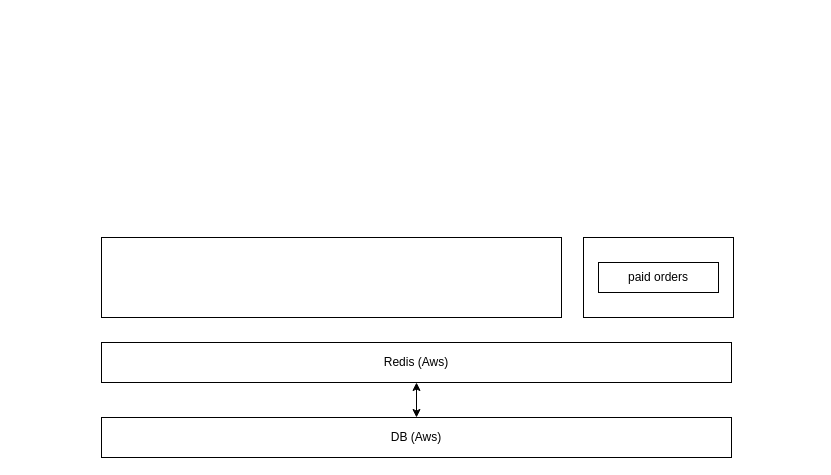
wurh/myDesignDoc keeps this draw.io diagram as 出行项目/minibus_system_arch.drawio. Above is the earlier version. Source tidied: cells renumbered, new cells numbered last; positions are measured from the earlier drawing's top-left corner, leaving out a move shared by most shapes. Both pictures are drawn from the tidied source at 100%, with x=0, y=0 at pixel (101, 237).
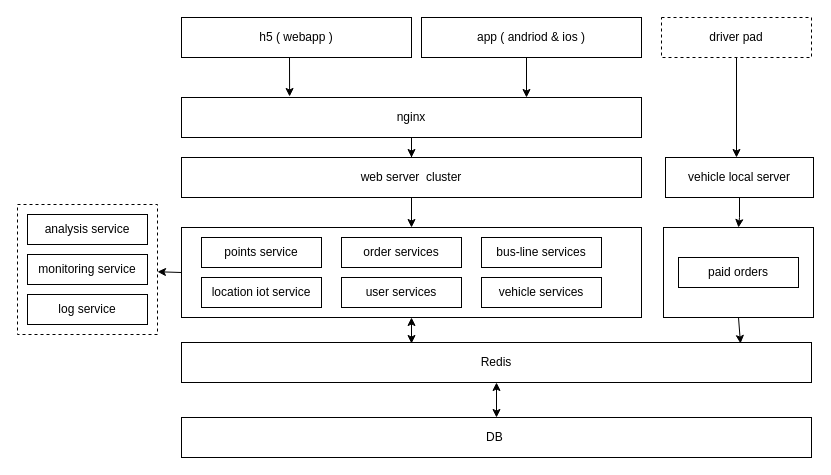
The same diagram, later.

Change to the diagram source:
```diff
@@
-    <mxCell id="2" value="DB (Aws)" style="rounded=0;whiteSpace=wrap;html=1;" parent="1" vertex="1">
-      <mxGeometry y="180" width="630" height="40" as="geometry" />
+    <mxCell id="2" value="DB&amp;nbsp;" style="rounded=0;whiteSpace=wrap;html=1;" parent="1" vertex="1">
+      <mxGeometry x="80" y="180" width="630" height="40" as="geometry" />
     </mxCell>
-    <mxCell id="3" value="Redis (Aws)" style="rounded=0;whiteSpace=wrap;html=1;" parent="1" vertex="1">
-      <mxGeometry y="105" width="630" height="40" as="geometry" />
+    <mxCell id="3" value="Redis" style="rounded=0;whiteSpace=wrap;html=1;" parent="1" vertex="1">
+      <mxGeometry x="80" y="105" width="630" height="40" as="geometry" />
     </mxCell>
@@
     <mxCell id="5" style="rounded=0;whiteSpace=wrap;html=1;" parent="1" vertex="1">
-      <mxGeometry x="482" width="150" height="80" as="geometry" />
+      <mxGeometry x="562" y="-10" width="150" height="90" as="geometry" />
     </mxCell>
     <mxCell id="6" value="paid orders" style="rounded=0;whiteSpace=wrap;html=1;" parent="1" vertex="1">
-      <mxGeometry x="497" y="25" width="120" height="30" as="geometry" />
+      <mxGeometry x="577" y="20" width="120" height="30" as="geometry" />
     </mxCell>
     <mxCell id="7" style="rounded=0;whiteSpace=wrap;html=1;" parent="1" vertex="1">
-      <mxGeometry width="460" height="80" as="geometry" />
+      <mxGeometry x="80" y="-10" width="460" height="90" as="geometry" />
     </mxCell>
+    <mxCell id="8" style="endArrow=classic;html=1;exitX=0.5;exitY=1;exitDx=0;exitDy=0;" parent="1" edge="1" source="5">
+      <mxGeometry relative="1" as="geometry">
+        <mxPoint x="639" y="106" as="targetPoint" />
+      </mxGeometry>
+    </mxCell>
+    <mxCell id="9" value="points service" style="rounded=0;whiteSpace=wrap;html=1;" parent="1" vertex="1">
+      <mxGeometry x="100" width="120" height="30" as="geometry" />
+    </mxCell>
+    <mxCell id="10" value="location iot service" style="rounded=0;whiteSpace=wrap;html=1;" parent="1" vertex="1">
+      <mxGeometry x="100" y="40" width="120" height="30" as="geometry" />
+    </mxCell>
+    <mxCell id="11" value="order services" style="rounded=0;whiteSpace=wrap;html=1;" parent="1" vertex="1">
+      <mxGeometry x="240" width="120" height="30" as="geometry" />
+    </mxCell>
+    <mxCell id="12" value="user services" style="rounded=0;whiteSpace=wrap;html=1;" parent="1" vertex="1">
+      <mxGeometry x="240" y="40" width="120" height="30" as="geometry" />
+    </mxCell>
+    <mxCell id="13" value="bus-line services" style="rounded=0;whiteSpace=wrap;html=1;" parent="1" vertex="1">
+      <mxGeometry x="380" width="120" height="30" as="geometry" />
+    </mxCell>
+    <mxCell id="14" value="vehicle services" style="rounded=0;whiteSpace=wrap;html=1;" parent="1" vertex="1">
+      <mxGeometry x="380" y="40" width="120" height="30" as="geometry" />
+    </mxCell>
+    <mxCell id="15" style="edgeStyle=orthogonalEdgeStyle;rounded=0;jettySize=auto;html=1;" parent="1" edge="1" source="16">
+      <mxGeometry relative="1" as="geometry">
+        <mxPoint x="637" y="-10" as="targetPoint" />
+      </mxGeometry>
+    </mxCell>
+    <mxCell id="16" value="vehicle local server" style="rounded=0;whiteSpace=wrap;html=1;" parent="1" vertex="1">
+      <mxGeometry x="564" y="-80" width="148" height="40" as="geometry" />
+    </mxCell>
+    <mxCell id="17" value="web server&amp;nbsp; cluster" style="rounded=0;whiteSpace=wrap;html=1;" parent="1" vertex="1">
+      <mxGeometry x="80" y="-80" width="460" height="40" as="geometry" />
+    </mxCell>
+    <mxCell id="18" style="endArrow=classic;html=1;exitX=0.5;exitY=1;exitDx=0;exitDy=0;entryX=0.5;entryY=0;entryDx=0;entryDy=0;" parent="1" edge="1" source="17" target="7">
+      <mxGeometry relative="1" as="geometry" />
+    </mxCell>
+    <mxCell id="19" style="endArrow=classic;startArrow=classic;html=1;" parent="1" edge="1">
+      <mxGeometry relative="1" as="geometry">
+        <mxPoint x="310" y="106" as="sourcePoint" />
+        <mxPoint x="310" y="80" as="targetPoint" />
+      </mxGeometry>
+    </mxCell>
+    <mxCell id="20" style="edgeStyle=orthogonalEdgeStyle;rounded=0;jettySize=auto;html=1;" parent="1" edge="1" source="21" target="17">
+      <mxGeometry relative="1" as="geometry" />
+    </mxCell>
+    <mxCell id="21" value="nginx" style="rounded=0;whiteSpace=wrap;html=1;" parent="1" vertex="1">
+      <mxGeometry x="80" y="-140" width="460" height="40" as="geometry" />
+    </mxCell>
+    <mxCell id="22" value="h5 ( webapp )" style="rounded=0;whiteSpace=wrap;html=1;" parent="1" vertex="1">
+      <mxGeometry x="80" y="-220" width="230" height="40" as="geometry" />
+    </mxCell>
+    <mxCell id="23" value="app ( andriod &amp;amp; ios )" style="rounded=0;whiteSpace=wrap;html=1;" parent="1" vertex="1">
+      <mxGeometry x="320" y="-220" width="220" height="40" as="geometry" />
+    </mxCell>
+    <mxCell id="24" style="edgeStyle=orthogonalEdgeStyle;rounded=0;jettySize=auto;html=1;" parent="1" edge="1" source="25" target="16">
+      <mxGeometry relative="1" as="geometry">
+        <Array as="points">
+          <mxPoint x="638" y="-80" />
+          <mxPoint x="638" y="-80" />
+        </Array>
+      </mxGeometry>
+    </mxCell>
+    <mxCell id="25" value="driver pad" style="rounded=0;whiteSpace=wrap;html=1;dashed=1;" parent="1" vertex="1">
+      <mxGeometry x="560" y="-220" width="150" height="40" as="geometry" />
+    </mxCell>
+    <mxCell id="26" style="endArrow=classic;html=1;entryX=0.235;entryY=-0.025;entryDx=0;entryDy=0;entryPerimeter=0;" parent="1" edge="1" target="21">
+      <mxGeometry relative="1" as="geometry">
+        <mxPoint x="188" y="-180" as="sourcePoint" />
+      </mxGeometry>
+    </mxCell>
+    <mxCell id="27" style="endArrow=classic;html=1;entryX=0.75;entryY=0;entryDx=0;entryDy=0;" parent="1" edge="1" target="21">
+      <mxGeometry relative="1" as="geometry">
+        <mxPoint x="425" y="-180" as="sourcePoint" />
+      </mxGeometry>
+    </mxCell>
+    <mxCell id="28" style="rounded=0;whiteSpace=wrap;html=1;dashed=1;" parent="1" vertex="1">
+      <mxGeometry x="-84" y="-33" width="140" height="130" as="geometry" />
+    </mxCell>
+    <mxCell id="29" value="monitoring service" style="rounded=0;whiteSpace=wrap;html=1;" parent="1" vertex="1">
+      <mxGeometry x="-74" y="17" width="120" height="30" as="geometry" />
+    </mxCell>
+    <mxCell id="30" value="log service" style="rounded=0;whiteSpace=wrap;html=1;" parent="1" vertex="1">
+      <mxGeometry x="-74" y="57" width="120" height="30" as="geometry" />
+    </mxCell>
+    <mxCell id="31" style="endArrow=classic;html=1;exitX=0;exitY=0.5;exitDx=0;exitDy=0;" parent="1" edge="1" source="7" target="28">
+      <mxGeometry relative="1" as="geometry" />
+    </mxCell>
+    <mxCell id="32" value="analysis service" style="rounded=0;whiteSpace=wrap;html=1;" parent="1" vertex="1">
+      <mxGeometry x="-74" y="-23" width="120" height="30" as="geometry" />
+    </mxCell>
```
